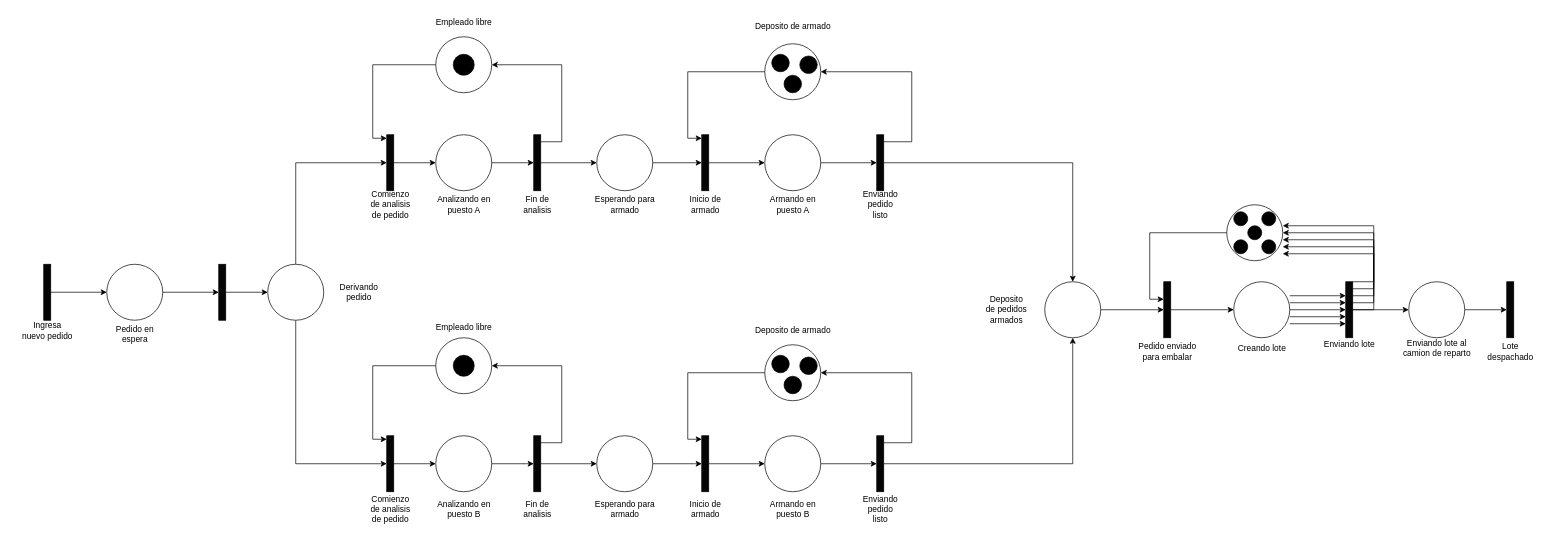
Earlier version of the draw.io diagram RP /Ejercicio_9.drawio (imnotsetro/IDS-1). Source tidied: cells renumbered, new cells numbered last; positions are measured from the earlier drawing's top-left corner, leaving out a move shared by most shapes. Both pictures are drawn from the tidied source at 70%, with x=0, y=0 at pixel (12, 12).
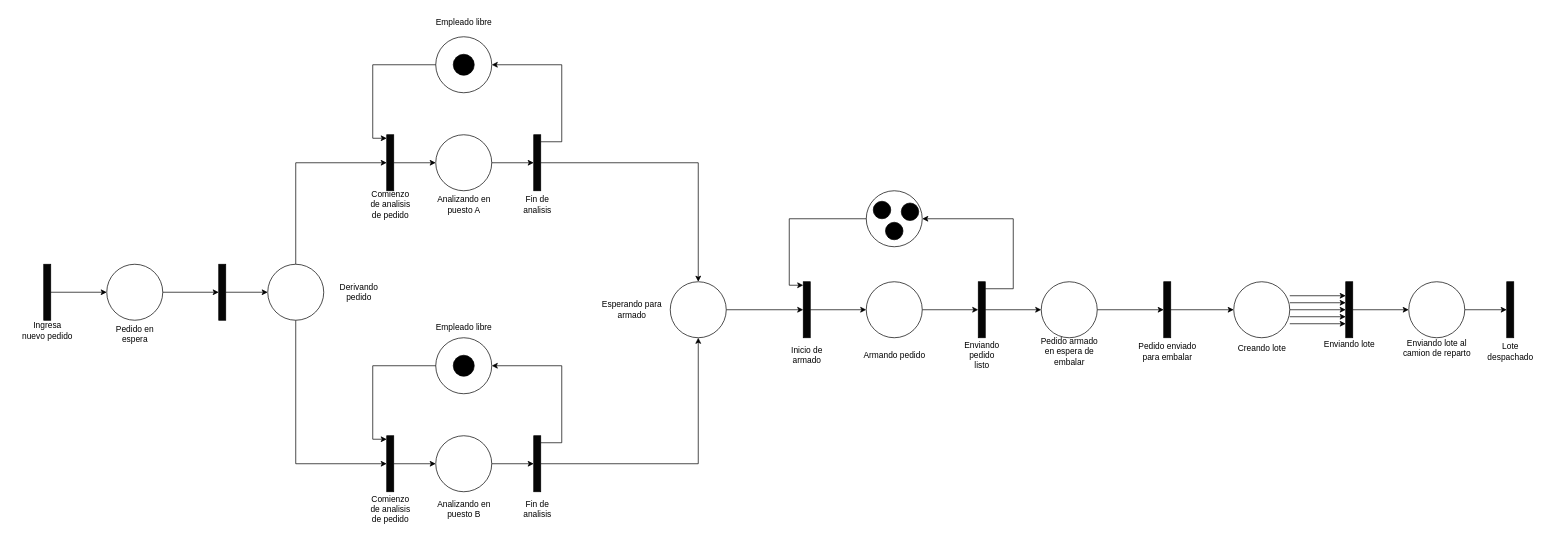
After the change.

Unchanged cells that the change refers to:
```xml
<mxCell id="17" style="html=1;points=[[0,0,0,0,5],[0,1,0,0,-5],[1,0,0,0,5],[1,1,0,0,-5]];perimeter=orthogonalPerimeter;outlineConnect=0;targetShapes=umlLifeline;portConstraint=eastwest;newEdgeStyle={&quot;curved&quot;:0,&quot;rounded&quot;:0};fillColor=#050505;" parent="1" vertex="1">
  <mxGeometry x="745" y="175" width="10" height="80" as="geometry" />
</mxCell>
<mxCell id="62" style="html=1;points=[[0,0,0,0,5],[0,1,0,0,-5],[1,0,0,0,5],[1,1,0,0,-5]];perimeter=orthogonalPerimeter;outlineConnect=0;targetShapes=umlLifeline;portConstraint=eastwest;newEdgeStyle={&quot;curved&quot;:0,&quot;rounded&quot;:0};fillColor=#050505;" parent="1" vertex="1">
  <mxGeometry x="1645" y="385" width="10" height="80" as="geometry" />
</mxCell>
<mxCell id="70" style="html=1;points=[[0,0,0,0,5],[0,1,0,0,-5],[1,0,0,0,5],[1,1,0,0,-5]];perimeter=orthogonalPerimeter;outlineConnect=0;targetShapes=umlLifeline;portConstraint=eastwest;newEdgeStyle={&quot;curved&quot;:0,&quot;rounded&quot;:0};fillColor=#050505;" parent="1" vertex="1">
  <mxGeometry x="1905" y="385" width="10" height="80" as="geometry" />
</mxCell>
```

Diff of the diagram source:
```diff
@@
-    <mxCell id="16" style="edgeStyle=orthogonalEdgeStyle;rounded=0;jettySize=auto;html=1;curved=0;" parent="1" edge="1" source="17" target="22">
+    <mxCell id="16" style="edgeStyle=orthogonalEdgeStyle;rounded=0;jettySize=auto;html=1;curved=0;entryX=0.5;entryY=0;entryDx=0;entryDy=0;" parent="1" edge="1" source="17" target="46">
       <mxGeometry relative="1" as="geometry" />
     </mxCell>
@@
-    <mxCell id="21" style="edgeStyle=orthogonalEdgeStyle;rounded=0;jettySize=auto;html=1;" parent="1" edge="1" source="22" target="24">
-      <mxGeometry relative="1" as="geometry" />
-    </mxCell>
-    <mxCell id="22" style="ellipse;whiteSpace=wrap;html=1;" parent="1" vertex="1">
-      <mxGeometry x="835" y="175" width="80" height="80" as="geometry" />
-    </mxCell>
-    <mxCell id="23" style="edgeStyle=orthogonalEdgeStyle;rounded=0;jettySize=auto;html=1;curved=0;" parent="1" edge="1" source="24" target="26">
-      <mxGeometry relative="1" as="geometry" />
-    </mxCell>
-    <mxCell id="24" style="html=1;points=[[0,0,0,0,5],[0,1,0,0,-5],[1,0,0,0,5],[1,1,0,0,-5]];perimeter=orthogonalPerimeter;outlineConnect=0;targetShapes=umlLifeline;portConstraint=eastwest;newEdgeStyle={&quot;curved&quot;:0,&quot;rounded&quot;:0};fillColor=#050505;" parent="1" vertex="1">
-      <mxGeometry x="985" y="175" width="10" height="80" as="geometry" />
-    </mxCell>
-    <mxCell id="25" style="edgeStyle=orthogonalEdgeStyle;rounded=0;jettySize=auto;html=1;" parent="1" edge="1" source="26" target="29">
-      <mxGeometry relative="1" as="geometry" />
-    </mxCell>
-    <mxCell id="26" style="ellipse;whiteSpace=wrap;html=1;" parent="1" vertex="1">
-      <mxGeometry x="1075" y="175" width="80" height="80" as="geometry" />
-    </mxCell>
-    <mxCell id="27" style="edgeStyle=orthogonalEdgeStyle;rounded=0;jettySize=auto;html=1;curved=0;entryX=1;entryY=0.5;entryDx=0;entryDy=0;" parent="1" edge="1" source="29" target="30">
-      <mxGeometry relative="1" as="geometry">
-        <Array as="points">
-          <mxPoint x="1285" y="185" />
-          <mxPoint x="1285" y="85" />
-        </Array>
-      </mxGeometry>
-    </mxCell>
-    <mxCell id="28" style="edgeStyle=orthogonalEdgeStyle;rounded=0;jettySize=auto;html=1;curved=0;entryX=0.5;entryY=0;entryDx=0;entryDy=0;" parent="1" edge="1" source="29" target="60">
-      <mxGeometry relative="1" as="geometry" />
-    </mxCell>
-    <mxCell id="29" style="html=1;points=[[0,0,0,0,5],[0,1,0,0,-5],[1,0,0,0,5],[1,1,0,0,-5]];perimeter=orthogonalPerimeter;outlineConnect=0;targetShapes=umlLifeline;portConstraint=eastwest;newEdgeStyle={&quot;curved&quot;:0,&quot;rounded&quot;:0};fillColor=#050505;" parent="1" vertex="1">
-      <mxGeometry x="1235" y="175" width="10" height="80" as="geometry" />
-    </mxCell>
-    <mxCell id="30" style="ellipse;whiteSpace=wrap;html=1;" parent="1" vertex="1">
-      <mxGeometry x="1075" y="45" width="80" height="80" as="geometry" />
-    </mxCell>
-    <mxCell id="31" style="edgeStyle=orthogonalEdgeStyle;rounded=0;jettySize=auto;html=1;entryX=0;entryY=0;entryDx=0;entryDy=5;entryPerimeter=0;" parent="1" edge="1" source="30" target="24">
-      <mxGeometry relative="1" as="geometry">
-        <Array as="points">
-          <mxPoint x="965" y="85" />
-          <mxPoint x="965" y="180" />
-        </Array>
-      </mxGeometry>
-    </mxCell>
-    <mxCell id="32" style="ellipse;whiteSpace=wrap;html=1;fillColor=#000000;" parent="1" vertex="1">
-      <mxGeometry x="1085" y="60" width="25" height="25" as="geometry" />
-    </mxCell>
-    <mxCell id="33" style="ellipse;whiteSpace=wrap;html=1;fillColor=#000000;" parent="1" vertex="1">
-      <mxGeometry x="1125" y="62.5" width="25" height="25" as="geometry" />
-    </mxCell>
-    <mxCell id="34" style="ellipse;whiteSpace=wrap;html=1;fillColor=#000000;" parent="1" vertex="1">
-      <mxGeometry x="1102.5" y="90" width="25" height="25" as="geometry" />
-    </mxCell>
@@
     <mxCell id="46" style="ellipse;whiteSpace=wrap;html=1;" parent="1" vertex="1">
-      <mxGeometry x="835" y="605" width="80" height="80" as="geometry" />
+      <mxGeometry x="940" y="385" width="80" height="80" as="geometry" />
     </mxCell>
@@
     <mxCell id="48" style="html=1;points=[[0,0,0,0,5],[0,1,0,0,-5],[1,0,0,0,5],[1,1,0,0,-5]];perimeter=orthogonalPerimeter;outlineConnect=0;targetShapes=umlLifeline;portConstraint=eastwest;newEdgeStyle={&quot;curved&quot;:0,&quot;rounded&quot;:0};fillColor=#050505;" parent="1" vertex="1">
-      <mxGeometry x="985" y="605" width="10" height="80" as="geometry" />
+      <mxGeometry x="1130" y="385" width="10" height="80" as="geometry" />
     </mxCell>
@@
     <mxCell id="50" style="ellipse;whiteSpace=wrap;html=1;" parent="1" vertex="1">
-      <mxGeometry x="1075" y="605" width="80" height="80" as="geometry" />
+      <mxGeometry x="1220" y="385" width="80" height="80" as="geometry" />
     </mxCell>
     <mxCell id="51" style="edgeStyle=orthogonalEdgeStyle;rounded=0;jettySize=auto;html=1;curved=0;entryX=1;entryY=0.5;entryDx=0;entryDy=0;" parent="1" edge="1" source="53" target="54">
       <mxGeometry relative="1" as="geometry">
         <Array as="points">
-          <mxPoint x="1285" y="615" />
-          <mxPoint x="1285" y="515" />
+          <mxPoint x="1430" y="395" />
+          <mxPoint x="1430" y="295" />
         </Array>
       </mxGeometry>
     </mxCell>
-    <mxCell id="52" style="edgeStyle=orthogonalEdgeStyle;rounded=0;jettySize=auto;html=1;curved=0;" parent="1" edge="1" source="53" target="60">
-      <mxGeometry relative="1" as="geometry" />
-    </mxCell>
+    <mxCell id="113" style="edgeStyle=orthogonalEdgeStyle;rounded=0;jettySize=auto;html=1;curved=0;entryX=0;entryY=0.5;entryDx=0;entryDy=0;" parent="1" edge="1" source="53" target="115">
+      <mxGeometry relative="1" as="geometry" />
+    </mxCell>
     <mxCell id="53" style="html=1;points=[[0,0,0,0,5],[0,1,0,0,-5],[1,0,0,0,5],[1,1,0,0,-5]];perimeter=orthogonalPerimeter;outlineConnect=0;targetShapes=umlLifeline;portConstraint=eastwest;newEdgeStyle={&quot;curved&quot;:0,&quot;rounded&quot;:0};fillColor=#050505;" parent="1" vertex="1">
-      <mxGeometry x="1235" y="605" width="10" height="80" as="geometry" />
+      <mxGeometry x="1380" y="385" width="10" height="80" as="geometry" />
     </mxCell>
     <mxCell id="54" style="ellipse;whiteSpace=wrap;html=1;" parent="1" vertex="1">
-      <mxGeometry x="1075" y="475" width="80" height="80" as="geometry" />
+      <mxGeometry x="1220" y="255" width="80" height="80" as="geometry" />
     </mxCell>
     <mxCell id="55" style="edgeStyle=orthogonalEdgeStyle;rounded=0;jettySize=auto;html=1;entryX=0;entryY=0;entryDx=0;entryDy=5;entryPerimeter=0;" parent="1" edge="1" source="54" target="48">
       <mxGeometry relative="1" as="geometry">
         <Array as="points">
-          <mxPoint x="965" y="515" />
-          <mxPoint x="965" y="610" />
+          <mxPoint x="1110" y="295" />
+          <mxPoint x="1110" y="390" />
         </Array>
       </mxGeometry>
     </mxCell>
     <mxCell id="56" style="ellipse;whiteSpace=wrap;html=1;fillColor=#000000;" parent="1" vertex="1">
-      <mxGeometry x="1085" y="490" width="25" height="25" as="geometry" />
+      <mxGeometry x="1230" y="270" width="25" height="25" as="geometry" />
     </mxCell>
     <mxCell id="57" style="ellipse;whiteSpace=wrap;html=1;fillColor=#000000;" parent="1" vertex="1">
-      <mxGeometry x="1125" y="492.5" width="25" height="25" as="geometry" />
+      <mxGeometry x="1270" y="272.5" width="25" height="25" as="geometry" />
     </mxCell>
     <mxCell id="58" style="ellipse;whiteSpace=wrap;html=1;fillColor=#000000;" parent="1" vertex="1">
-      <mxGeometry x="1102.5" y="520" width="25" height="25" as="geometry" />
+      <mxGeometry x="1247.5" y="300" width="25" height="25" as="geometry" />
     </mxCell>
-    <mxCell id="59" style="edgeStyle=orthogonalEdgeStyle;rounded=0;jettySize=auto;html=1;" parent="1" edge="1" source="60" target="62">
-      <mxGeometry relative="1" as="geometry" />
-    </mxCell>
-    <mxCell id="60" style="ellipse;whiteSpace=wrap;html=1;" parent="1" vertex="1">
-      <mxGeometry x="1475" y="385" width="80" height="80" as="geometry" />
-    </mxCell>
@@
-    <mxCell id="63" style="ellipse;whiteSpace=wrap;html=1;" parent="1" vertex="1">
-      <mxGeometry x="1735" y="275" width="80" height="80" as="geometry" />
-    </mxCell>
-    <mxCell id="64" style="edgeStyle=orthogonalEdgeStyle;rounded=0;jettySize=auto;html=1;entryX=0;entryY=0;entryDx=0;entryDy=5;entryPerimeter=0;" parent="1" edge="1" source="63">
-      <mxGeometry relative="1" as="geometry">
-        <mxPoint x="1645" y="410" as="targetPoint" />
-        <Array as="points">
-          <mxPoint x="1625" y="315" />
-          <mxPoint x="1625" y="410" />
-        </Array>
-      </mxGeometry>
-    </mxCell>
-    <mxCell id="65" style="ellipse;whiteSpace=wrap;html=1;fillColor=#000000;" parent="1" vertex="1">
-      <mxGeometry x="1745" y="285" width="20" height="20" as="geometry" />
-    </mxCell>
@@
-    <mxCell id="68" style="edgeStyle=orthogonalEdgeStyle;rounded=0;jettySize=auto;html=1;curved=0;entryX=1;entryY=0.5;entryDx=0;entryDy=0;" parent="1" edge="1" source="70" target="63">
-      <mxGeometry relative="1" as="geometry">
-        <Array as="points">
-          <mxPoint x="1945" y="395" />
-          <mxPoint x="1945" y="315" />
-        </Array>
-      </mxGeometry>
-    </mxCell>
@@
-    <mxCell id="74" style="ellipse;whiteSpace=wrap;html=1;fillColor=#000000;" parent="1" vertex="1">
-      <mxGeometry x="1785" y="285" width="20" height="20" as="geometry" />
-    </mxCell>
-    <mxCell id="75" style="ellipse;whiteSpace=wrap;html=1;fillColor=#000000;" parent="1" vertex="1">
-      <mxGeometry x="1745" y="325" width="20" height="20" as="geometry" />
-    </mxCell>
-    <mxCell id="76" style="ellipse;whiteSpace=wrap;html=1;fillColor=#000000;" parent="1" vertex="1">
-      <mxGeometry x="1765" y="305" width="20" height="20" as="geometry" />
-    </mxCell>
-    <mxCell id="77" style="ellipse;whiteSpace=wrap;html=1;fillColor=#000000;" parent="1" vertex="1">
-      <mxGeometry x="1785" y="325" width="20" height="20" as="geometry" />
-    </mxCell>
-    <mxCell id="78" style="edgeStyle=orthogonalEdgeStyle;rounded=0;orthogonalLoop=1;jettySize=auto;html=1;curved=0;entryX=1;entryY=0.5;entryDx=0;entryDy=0;" parent="1" edge="1">
-      <mxGeometry relative="1" as="geometry">
-        <mxPoint x="1915" y="405" as="sourcePoint" />
-        <mxPoint x="1815" y="325" as="targetPoint" />
-        <Array as="points">
-          <mxPoint x="1945" y="405" />
-          <mxPoint x="1945" y="325" />
-        </Array>
-      </mxGeometry>
-    </mxCell>
-    <mxCell id="79" style="edgeStyle=orthogonalEdgeStyle;rounded=0;orthogonalLoop=1;jettySize=auto;html=1;curved=0;entryX=1;entryY=0.5;entryDx=0;entryDy=0;" parent="1" edge="1">
-      <mxGeometry relative="1" as="geometry">
-        <mxPoint x="1915" y="385" as="sourcePoint" />
-        <mxPoint x="1815" y="305" as="targetPoint" />
-        <Array as="points">
-          <mxPoint x="1945" y="385" />
-          <mxPoint x="1945" y="305" />
-        </Array>
-      </mxGeometry>
-    </mxCell>
-    <mxCell id="80" style="edgeStyle=orthogonalEdgeStyle;rounded=0;orthogonalLoop=1;jettySize=auto;html=1;curved=0;entryX=1;entryY=0.5;entryDx=0;entryDy=0;" parent="1" edge="1">
-      <mxGeometry relative="1" as="geometry">
-        <mxPoint x="1915" y="415" as="sourcePoint" />
-        <mxPoint x="1815" y="335" as="targetPoint" />
-        <Array as="points">
-          <mxPoint x="1945" y="415" />
-          <mxPoint x="1945" y="335" />
-        </Array>
-      </mxGeometry>
-    </mxCell>
-    <mxCell id="81" style="edgeStyle=orthogonalEdgeStyle;rounded=0;orthogonalLoop=1;jettySize=auto;html=1;curved=0;entryX=1;entryY=0.5;entryDx=0;entryDy=0;" parent="1" edge="1">
-      <mxGeometry relative="1" as="geometry">
-        <mxPoint x="1915" y="425" as="sourcePoint" />
-        <mxPoint x="1815" y="345" as="targetPoint" />
-        <Array as="points">
-          <mxPoint x="1945" y="425" />
-          <mxPoint x="1945" y="345" />
-        </Array>
-      </mxGeometry>
-    </mxCell>
@@
     <mxCell id="93" value="&lt;div&gt;Esperando para&lt;/div&gt;&lt;div&gt;armado&lt;br&gt;&lt;/div&gt;" style="text;html=1;align=center;verticalAlign=middle;strokeColor=none;fillColor=none;" parent="1" vertex="1">
-      <mxGeometry x="820" y="255" width="110" height="40" as="geometry" />
+      <mxGeometry x="830" y="405" width="110" height="40" as="geometry" />
     </mxCell>
-    <mxCell id="94" value="&lt;div&gt;Inicio de&lt;/div&gt;&lt;div&gt;armado&lt;br&gt;&lt;/div&gt;" style="text;html=1;align=center;verticalAlign=middle;strokeColor=none;fillColor=none;" parent="1" vertex="1">
-      <mxGeometry x="955" y="255" width="70" height="40" as="geometry" />
-    </mxCell>
-    <mxCell id="95" value="&lt;div&gt;Armando en &lt;br&gt;&lt;/div&gt;&lt;div&gt;puesto A&lt;br&gt;&lt;/div&gt;" style="text;html=1;align=center;verticalAlign=middle;strokeColor=none;fillColor=none;" parent="1" vertex="1">
-      <mxGeometry x="1070" y="255" width="90" height="40" as="geometry" />
-    </mxCell>
-    <mxCell id="96" value="Deposito de armado" style="text;html=1;align=center;verticalAlign=middle;strokeColor=none;fillColor=none;" parent="1" vertex="1">
-      <mxGeometry x="1045" y="5" width="140" height="30" as="geometry" />
-    </mxCell>
-    <mxCell id="97" value="&lt;div&gt;Enviando&lt;/div&gt;&lt;div&gt;pedido&lt;/div&gt;&lt;div&gt;listo&lt;br&gt;&lt;/div&gt;" style="text;html=1;align=center;verticalAlign=middle;strokeColor=none;fillColor=none;" parent="1" vertex="1">
-      <mxGeometry x="1205" y="245" width="70" height="60" as="geometry" />
-    </mxCell>
     <mxCell id="98" value="&lt;div&gt;Enviando&lt;/div&gt;&lt;div&gt;pedido&lt;/div&gt;&lt;div&gt;listo&lt;br&gt;&lt;/div&gt;" style="text;html=1;align=center;verticalAlign=middle;strokeColor=none;fillColor=none;" parent="1" vertex="1">
-      <mxGeometry x="1205" y="680" width="70" height="60" as="geometry" />
+      <mxGeometry x="1350" y="460" width="70" height="60" as="geometry" />
     </mxCell>
-    <mxCell id="99" value="&lt;div&gt;Armando en &lt;br&gt;&lt;/div&gt;&lt;div&gt;puesto B&lt;br&gt;&lt;/div&gt;" style="text;html=1;align=center;verticalAlign=middle;strokeColor=none;fillColor=none;" parent="1" vertex="1">
-      <mxGeometry x="1070" y="690" width="90" height="40" as="geometry" />
+    <mxCell id="99" value="&lt;div&gt;Armando pedido&lt;br&gt;&lt;/div&gt;" style="text;html=1;align=center;verticalAlign=middle;strokeColor=none;fillColor=none;" parent="1" vertex="1">
+      <mxGeometry x="1205" y="475" width="110" height="30" as="geometry" />
     </mxCell>
     <mxCell id="100" value="&lt;div&gt;Inicio de&lt;/div&gt;&lt;div&gt;armado&lt;br&gt;&lt;/div&gt;" style="text;html=1;align=center;verticalAlign=middle;strokeColor=none;fillColor=none;" parent="1" vertex="1">
-      <mxGeometry x="955" y="690" width="70" height="40" as="geometry" />
+      <mxGeometry x="1100" y="470" width="70" height="40" as="geometry" />
     </mxCell>
-    <mxCell id="101" value="&lt;div&gt;Esperando para&lt;/div&gt;&lt;div&gt;armado&lt;br&gt;&lt;/div&gt;" style="text;html=1;align=center;verticalAlign=middle;strokeColor=none;fillColor=none;" parent="1" vertex="1">
-      <mxGeometry x="820" y="690" width="110" height="40" as="geometry" />
-    </mxCell>
@@
-    <mxCell id="106" value="Deposito de armado" style="text;html=1;align=center;verticalAlign=middle;strokeColor=none;fillColor=none;" parent="1" vertex="1">
-      <mxGeometry x="1045" y="440" width="140" height="30" as="geometry" />
-    </mxCell>
-    <mxCell id="107" value="&lt;div&gt;Deposito&lt;/div&gt;&lt;div&gt;de pedidos&lt;/div&gt;&lt;div&gt;armados&lt;br&gt;&lt;/div&gt;" style="text;html=1;align=center;verticalAlign=middle;strokeColor=none;fillColor=none;" parent="1" vertex="1">
-      <mxGeometry x="1375" y="395" width="90" height="60" as="geometry" />
-    </mxCell>
@@
+    <mxCell id="114" style="edgeStyle=orthogonalEdgeStyle;rounded=0;jettySize=auto;html=1;" parent="1" edge="1" source="115" target="62">
+      <mxGeometry relative="1" as="geometry" />
+    </mxCell>
+    <mxCell id="115" style="ellipse;whiteSpace=wrap;html=1;" parent="1" vertex="1">
+      <mxGeometry x="1470" y="385" width="80" height="80" as="geometry" />
+    </mxCell>
+    <mxCell id="116" value="&lt;div&gt;Pedido armado&lt;/div&gt;&lt;div&gt;en espera de&lt;/div&gt;&lt;div&gt;embalar&lt;br&gt;&lt;/div&gt;" style="text;html=1;align=center;verticalAlign=middle;strokeColor=none;fillColor=none;" parent="1" vertex="1">
+      <mxGeometry x="1455" y="455" width="110" height="60" as="geometry" />
+    </mxCell>
```
